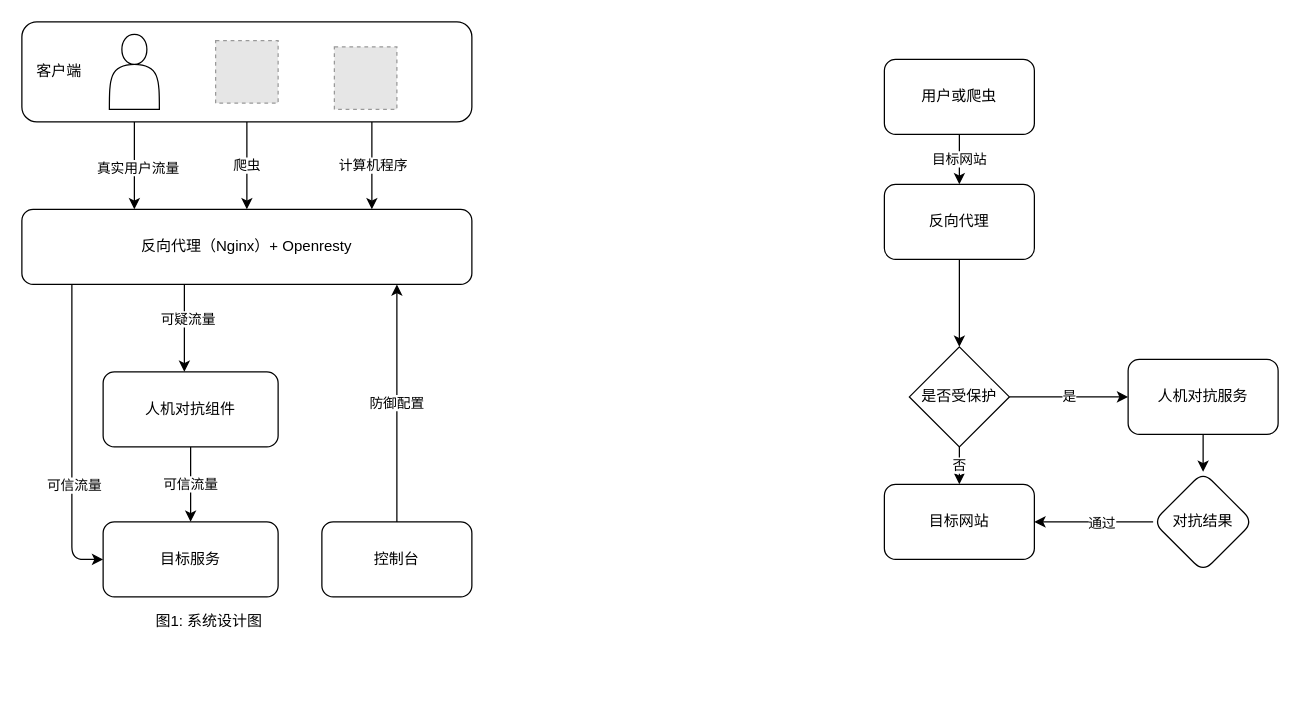
This is page "第 2 页" (2 of 2) of 未命名绘图.drawio from luxiao/luxiao, a draw.io file, before an edit. Source tidied: cells renumbered, new cells numbered last; positions are measured from the earlier drawing's top-left corner, leaving out a move shared by most shapes. Both pictures are drawn from the tidied source at 125%, with x=0, y=0 at pixel (21, 21). Pictures stored in the file or linked from it are replaced by grey dashed boxes.
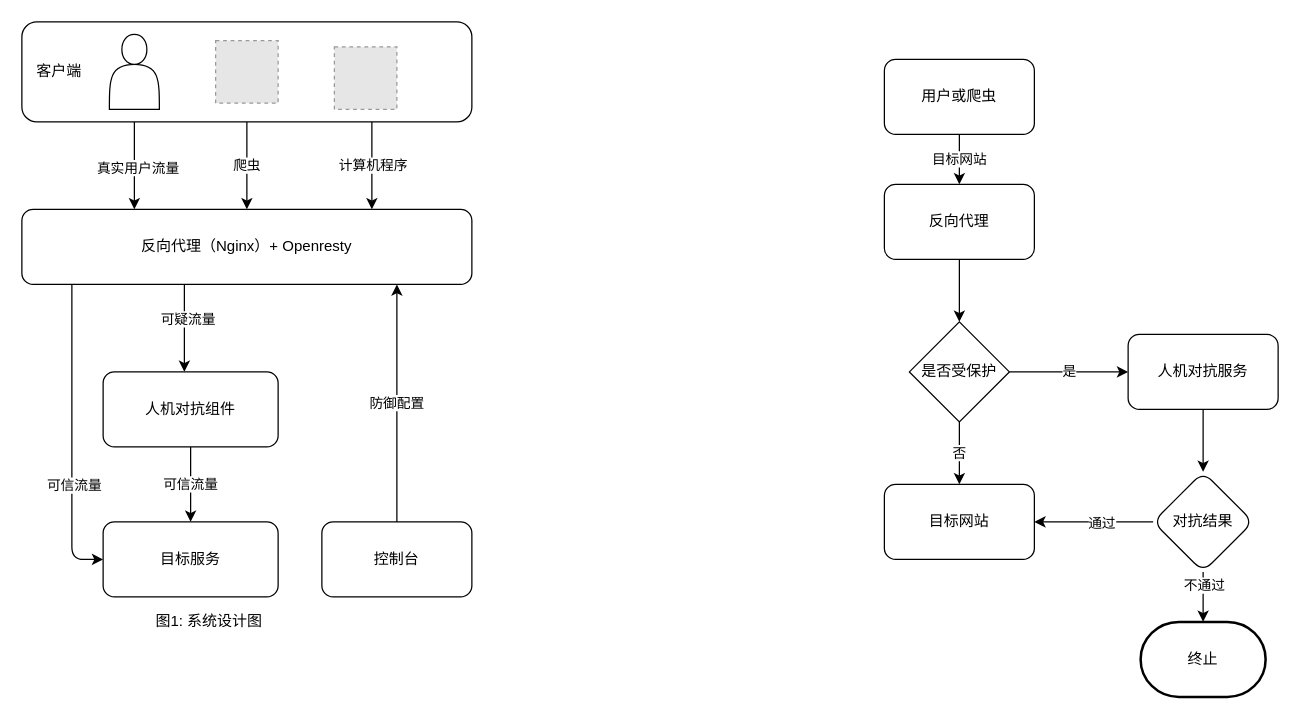
The same diagram, later.

Commit message:
更新未命名绘图.drawio

Change to the diagram source:
```diff
@@
     <mxCell id="28" value="是否受保护" style="rhombus;whiteSpace=wrap;html=1;" parent="1" vertex="1">
-      <mxGeometry x="710" y="260" width="80" height="80" as="geometry" />
+      <mxGeometry x="710" y="240" width="80" height="80" as="geometry" />
     </mxCell>
-    <mxCell id="29" style="edgeStyle=orthogonalEdgeStyle;rounded=0;jettySize=auto;html=1;entryX=0;entryY=0.5;entryDx=0;entryDy=0;" parent="1" edge="1" source="30" target="35">
+    <mxCell id="29" style="edgeStyle=orthogonalEdgeStyle;rounded=0;jettySize=auto;html=1;" parent="1" edge="1" source="30" target="35">
       <mxGeometry relative="1" as="geometry" />
     </mxCell>
     <mxCell id="30" value="人机对抗服务" style="rounded=1;whiteSpace=wrap;html=1;" parent="1" vertex="1">
-      <mxGeometry x="885" y="270" width="120" height="60" as="geometry" />
+      <mxGeometry x="885" y="250" width="120" height="60" as="geometry" />
     </mxCell>
@@
+    <mxCell id="36" style="edgeStyle=orthogonalEdgeStyle;rounded=0;jettySize=auto;html=1;" parent="1" edge="1" source="35" target="38">
+      <mxGeometry relative="1" as="geometry" />
+    </mxCell>
+    <mxCell id="37" value="不通过" style="edgeLabel;html=1;align=center;verticalAlign=middle;" parent="36" vertex="1">
+      <mxGeometry x="-0.7" y="1" relative="1" as="geometry">
+        <mxPoint x="-1" y="4" as="offset" />
+      </mxGeometry>
+    </mxCell>
-    <mxCell id="35" value="对抗结果" style="rhombus;whiteSpace=wrap;html=1;rounded=1;direction=south;" parent="1" vertex="1">
+    <mxCell id="35" value="对抗结果" style="rhombus;whiteSpace=wrap;html=1;rounded=1;" parent="1" vertex="1">
       <mxGeometry x="905" y="360" width="80" height="80" as="geometry" />
     </mxCell>
+    <mxCell id="38" value="终止" style="strokeWidth=2;html=1;shape=mxgraph.flowchart.terminator;whiteSpace=wrap;" parent="1" vertex="1">
+      <mxGeometry x="895" y="480" width="100" height="60" as="geometry" />
+    </mxCell>
```
